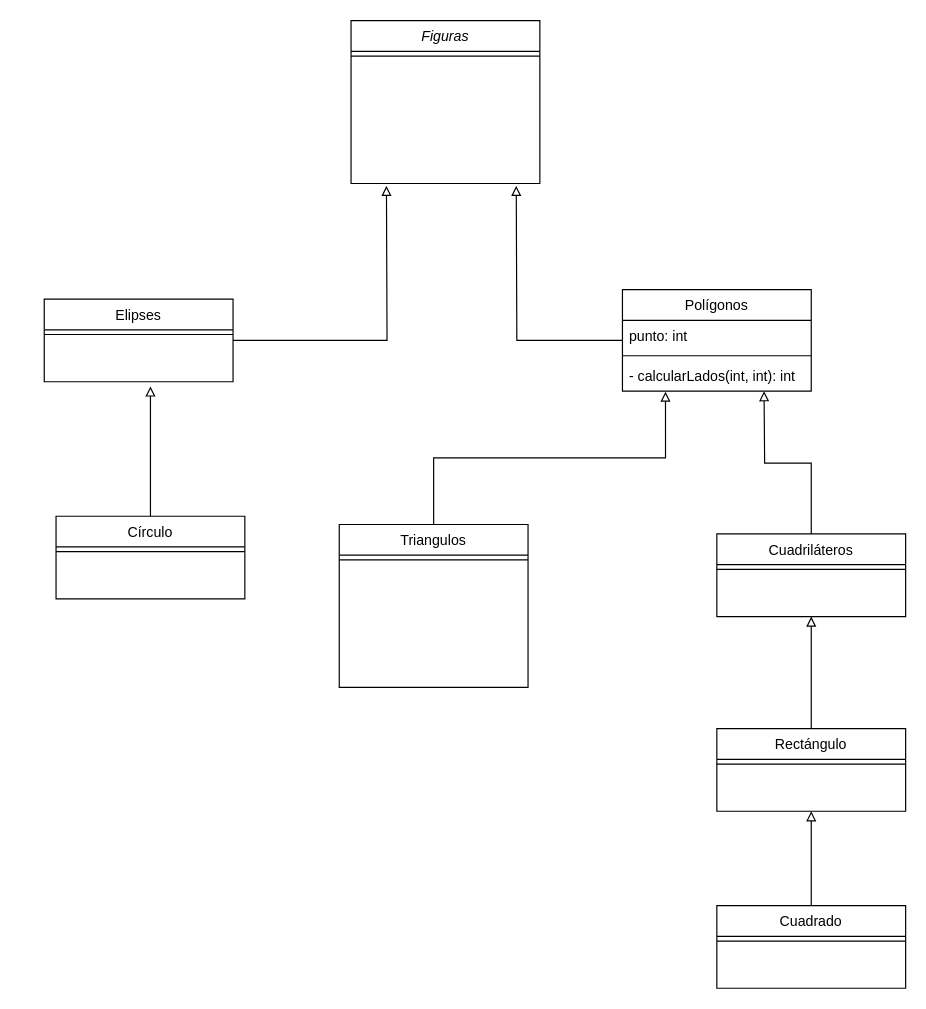
vjp-rosangelaRC/Netbeans keeps this draw.io diagram as Entornos/Tema 05/figuras.drawio. Above is the earlier version. Source tidied: cells renumbered, new cells numbered last; positions are measured from the earlier drawing's top-left corner, leaving out a move shared by most shapes. Both pictures are drawn from the tidied source at 118%, with x=0, y=0 at pixel (44, 20).
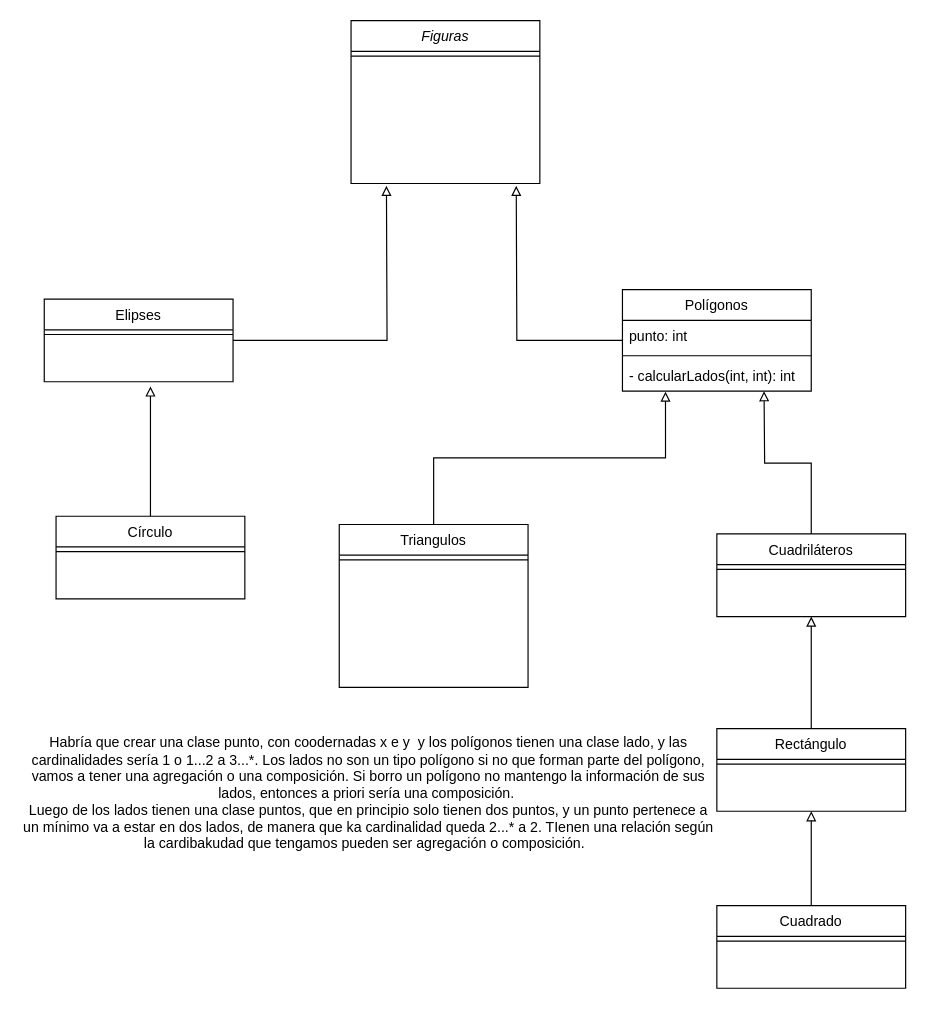
After the change.

Diff of the diagram source:
```diff
@@
+    <mxCell id="27" value="Habría que crear una clase punto, con coodernadas x e y&amp;nbsp; y los polígonos tienen una clase lado, y las cardinalidades sería 1 o 1...2 a 3...*. Los lados no son un tipo polígono si no que forman parte del polígono, vamos a tener una agregación o una composición. Si borro un polígono no mantengo la información de sus lados, entonces a priori sería una composición.&amp;nbsp;&lt;br&gt;Luego de los lados tienen una clase puntos, que en principio solo tienen dos puntos, y un punto pertenece a un mínimo va a estar en dos lados, de manera que ka cardinalidad queda 2...* a 2. TIenen una relación según la cardibakudad que tengamos pueden ser agregación o composición.&amp;nbsp;&amp;nbsp;" style="text;html=1;strokeColor=none;fillColor=none;align=center;verticalAlign=middle;whiteSpace=wrap;rounded=0;" parent="1" vertex="1">
+      <mxGeometry x="-20" y="580" width="590" height="150" as="geometry" />
+    </mxCell>
```
